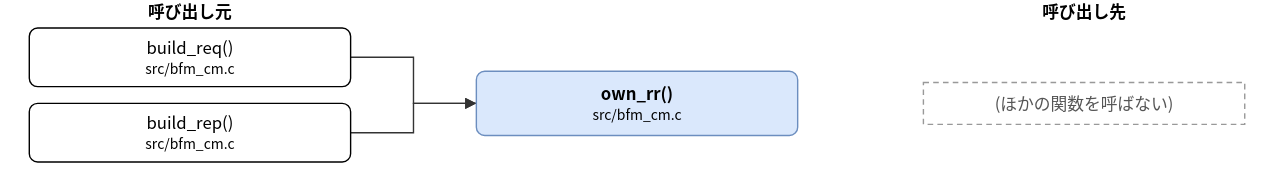
The draw.io diagram doc/spec/images/call_src_bfm_cm__own_rr.drawio.svg in hf355051012-ai/bfmem, before a commit. Source tidied: cells renumbered, new cells last; positions are measured from the earlier drawing's top-left corner, leaving out a move shared by most shapes. Its diagram source:
```xml
<mxGraphModel>
  <root>
    <mxCell id="0" />
    <mxCell id="1" parent="0" />
    <mxCell id="2" value="own_rr()&lt;br&gt;&lt;font style=&quot;font-size:10px&quot;&gt;src/bfm_cm.c&lt;/font&gt;" style="rounded=1;whiteSpace=wrap;html=1;fillColor=#dae8fc;strokeColor=#6c8ebf;fontStyle=1;" parent="1" vertex="1">
      <mxGeometry x="320" y="51" width="230" height="46" as="geometry" />
    </mxCell>
    <mxCell id="3" value="build_req()&lt;br&gt;&lt;font style=&quot;font-size:10px&quot;&gt;src/bfm_cm.c&lt;/font&gt;" style="rounded=1;whiteSpace=wrap;html=1;" parent="1" vertex="1">
      <mxGeometry y="20" width="230" height="42" as="geometry" />
    </mxCell>
    <mxCell id="4" value="build_rep()&lt;br&gt;&lt;font style=&quot;font-size:10px&quot;&gt;src/bfm_cm.c&lt;/font&gt;" style="rounded=1;whiteSpace=wrap;html=1;" parent="1" vertex="1">
      <mxGeometry y="74" width="230" height="42" as="geometry" />
    </mxCell>
    <mxCell id="5" value="(ほかの関数を呼ばない)" style="rounded=0;whiteSpace=wrap;html=1;dashed=1;strokeColor=#999999;fontColor=#555555;dashed=1;" parent="1" vertex="1">
      <mxGeometry x="640" y="59" width="230" height="30" as="geometry" />
    </mxCell>
    <mxCell id="6" style="edgeStyle=none;html=1;rounded=0;endArrow=block;endFill=1;exitX=1.0000;exitY=0.5000;exitDx=0;exitDy=0;exitPerimeter=0;entryX=0.0000;entryY=0.5000;entryDx=0;entryDy=0;entryPerimeter=0;" parent="1" edge="1" source="3" target="2">
      <mxGeometry relative="1" as="geometry">
        <Array as="points">
          <mxPoint x="275" y="41" />
          <mxPoint x="275" y="74" />
        </Array>
      </mxGeometry>
    </mxCell>
    <mxCell id="7" style="edgeStyle=none;html=1;rounded=0;endArrow=block;endFill=1;exitX=1.0000;exitY=0.5000;exitDx=0;exitDy=0;exitPerimeter=0;entryX=0.0000;entryY=0.5000;entryDx=0;entryDy=0;entryPerimeter=0;" parent="1" edge="1" source="4" target="2">
      <mxGeometry relative="1" as="geometry">
        <Array as="points">
          <mxPoint x="275" y="95" />
          <mxPoint x="275" y="74" />
        </Array>
      </mxGeometry>
    </mxCell>
    <mxCell id="8" value="呼び出し元" style="text;html=1;align=center;fontStyle=1;" parent="1" vertex="1">
      <mxGeometry x="35" width="160" height="18" as="geometry" />
    </mxCell>
    <mxCell id="9" value="呼び出し先" style="text;html=1;align=center;fontStyle=1;" parent="1" vertex="1">
      <mxGeometry x="675" width="160" height="18" as="geometry" />
    </mxCell>
  </root>
</mxGraphModel>
```
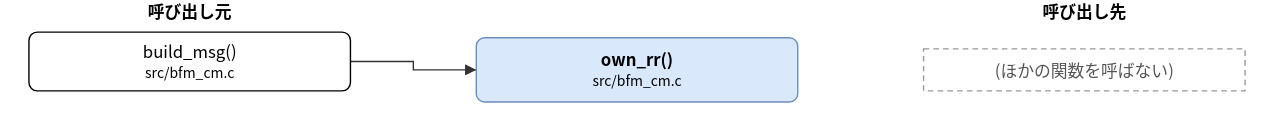
Above is the later version.

What changed in the source:
```diff
@@ -3,33 +3,22 @@
     <mxCell id="0" />
     <mxCell id="1" parent="0" />
     <mxCell id="2" value="own_rr()&lt;br&gt;&lt;font style=&quot;font-size:10px&quot;&gt;src/bfm_cm.c&lt;/font&gt;" style="rounded=1;whiteSpace=wrap;html=1;fillColor=#dae8fc;strokeColor=#6c8ebf;fontStyle=1;" parent="1" vertex="1">
-      <mxGeometry x="320" y="51" width="230" height="46" as="geometry" />
+      <mxGeometry x="320" y="27" width="230" height="46" as="geometry" />
     </mxCell>
-    <mxCell id="3" value="build_req()&lt;br&gt;&lt;font style=&quot;font-size:10px&quot;&gt;src/bfm_cm.c&lt;/font&gt;" style="rounded=1;whiteSpace=wrap;html=1;" parent="1" vertex="1">
-      <mxGeometry y="20" width="230" height="42" as="geometry" />
+    <mxCell id="3" value="build_msg()&lt;br&gt;&lt;font style=&quot;font-size:10px&quot;&gt;src/bfm_cm.c&lt;/font&gt;" style="rounded=1;whiteSpace=wrap;html=1;" parent="1" vertex="1">
+      <mxGeometry y="23" width="230" height="42" as="geometry" />
     </mxCell>
-    <mxCell id="4" value="build_rep()&lt;br&gt;&lt;font style=&quot;font-size:10px&quot;&gt;src/bfm_cm.c&lt;/font&gt;" style="rounded=1;whiteSpace=wrap;html=1;" parent="1" vertex="1">
-      <mxGeometry y="74" width="230" height="42" as="geometry" />
-    </mxCell>
     <mxCell id="5" value="(ほかの関数を呼ばない)" style="rounded=0;whiteSpace=wrap;html=1;dashed=1;strokeColor=#999999;fontColor=#555555;dashed=1;" parent="1" vertex="1">
-      <mxGeometry x="640" y="59" width="230" height="30" as="geometry" />
+      <mxGeometry x="640" y="35" width="230" height="30" as="geometry" />
     </mxCell>
     <mxCell id="6" style="edgeStyle=none;html=1;rounded=0;endArrow=block;endFill=1;exitX=1.0000;exitY=0.5000;exitDx=0;exitDy=0;exitPerimeter=0;entryX=0.0000;entryY=0.5000;entryDx=0;entryDy=0;entryPerimeter=0;" parent="1" edge="1" source="3" target="2">
       <mxGeometry relative="1" as="geometry">
         <Array as="points">
-          <mxPoint x="275" y="41" />
-          <mxPoint x="275" y="74" />
+          <mxPoint x="275" y="44" />
+          <mxPoint x="275" y="50" />
         </Array>
       </mxGeometry>
     </mxCell>
-    <mxCell id="7" style="edgeStyle=none;html=1;rounded=0;endArrow=block;endFill=1;exitX=1.0000;exitY=0.5000;exitDx=0;exitDy=0;exitPerimeter=0;entryX=0.0000;entryY=0.5000;entryDx=0;entryDy=0;entryPerimeter=0;" parent="1" edge="1" source="4" target="2">
-      <mxGeometry relative="1" as="geometry">
-        <Array as="points">
-          <mxPoint x="275" y="95" />
-          <mxPoint x="275" y="74" />
-        </Array>
-      </mxGeometry>
-    </mxCell>
     <mxCell id="8" value="呼び出し元" style="text;html=1;align=center;fontStyle=1;" parent="1" vertex="1">
       <mxGeometry x="35" width="160" height="18" as="geometry" />
     </mxCell>
```
